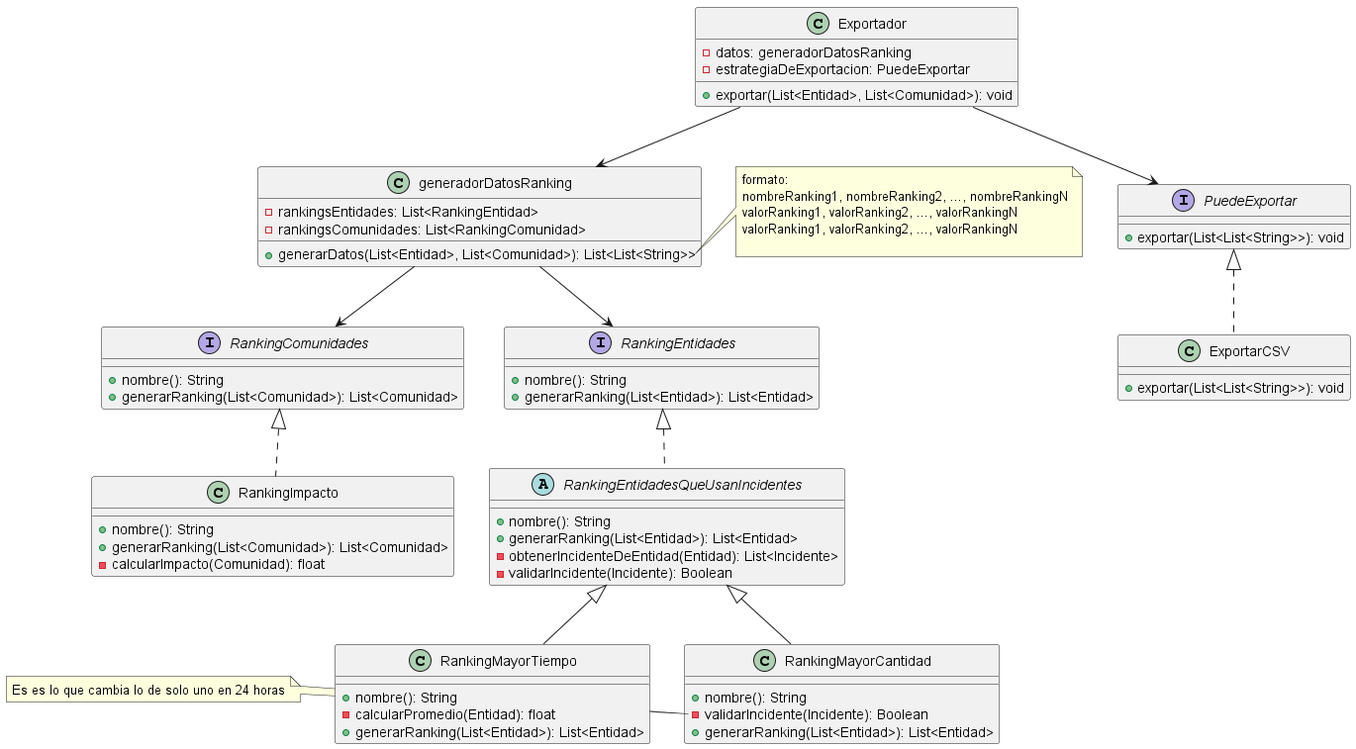
Before: out/Entregables/DiagramaRankings/GenerarRankings.png, a diagram exported from PlantUML (AndyTrias/comunidades-apoyo-movilidad-reducida-).
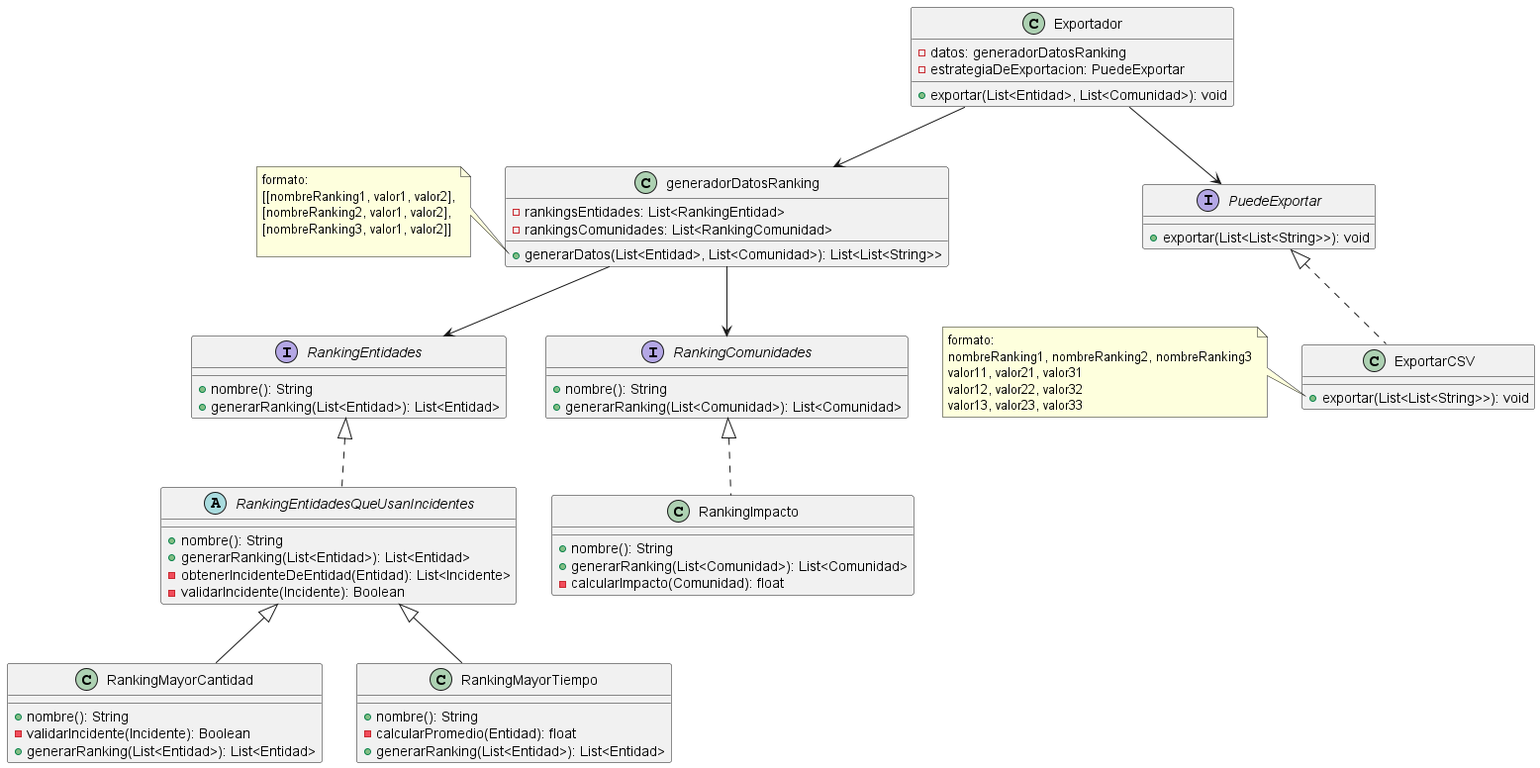
The same diagram one commit later.

Commit message:
diagrama de clases ranking actualizado

Diff of the diagram source:
```diff
@@ -15,9 +15,6 @@
     + generarRanking(List<Entidad>): List<Entidad>
 }
 
-note left of RankingMayorCantidad::validarIncidente
-    Es es lo que cambia lo de solo uno en 24 horas
-end note
 
 
 
@@ -54,9 +51,9 @@
 
 note left of generadorDatosRanking::generarDatos
     formato:
-    nombreRanking1, nombreRanking2, ..., nombreRankingN
-    valorRanking1, valorRanking2, ..., valorRankingN
-    valorRanking1, valorRanking2, ..., valorRankingN
+    [[nombreRanking1, valor1, valor2],
+    [nombreRanking2, valor1, valor2],
+    [nombreRanking3, valor1, valor2]]
 
 end note
 
@@ -79,6 +76,15 @@
     + exportar(List<List<String>>): void
 }
 
+note left of ExportarCSV::exportar
+    formato:
+    nombreRanking1, nombreRanking2, nombreRanking3
+    valor11, valor21, valor31
+    valor12, valor22, valor32
+    valor13, valor23, valor33
+end note
+
+
 Exportador --> PuedeExportar
 Exportador --> generadorDatosRanking
 generadorDatosRanking-->RankingEntidades
```
